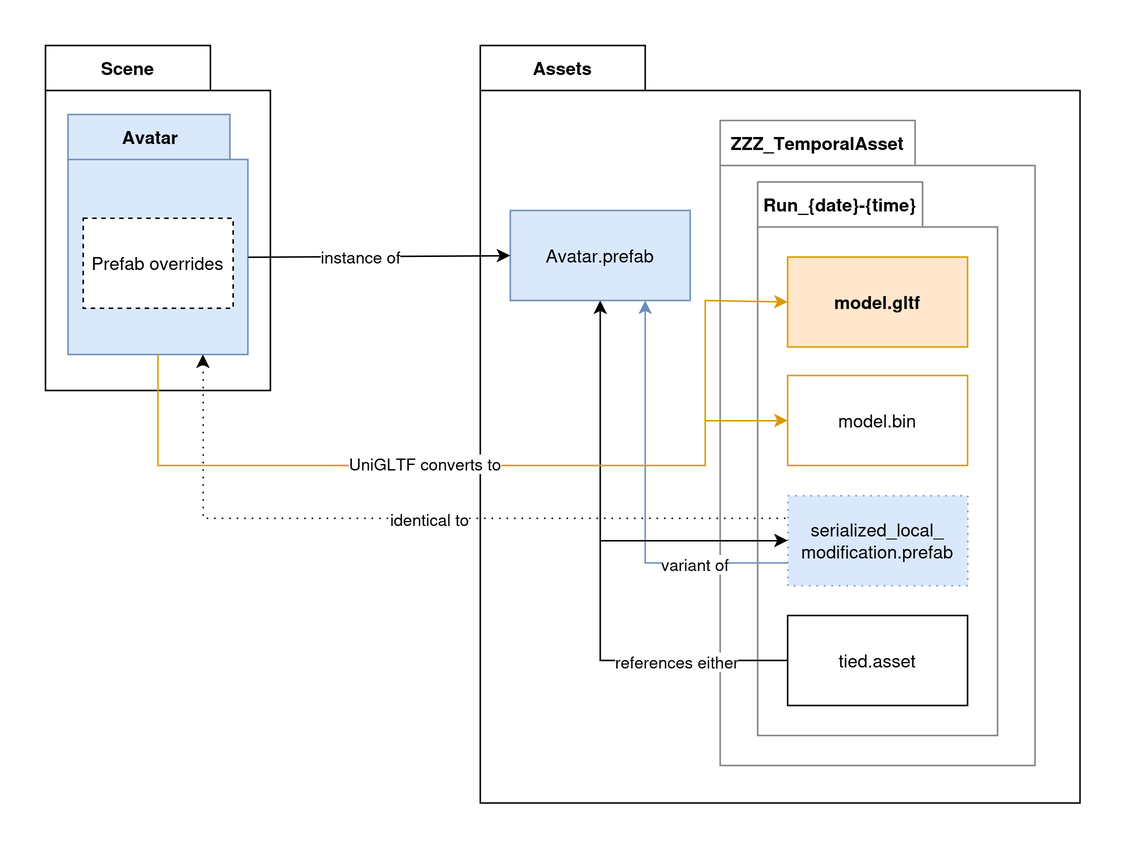
Before: Doc~/reference-graph.drawio.png, a diagram exported from draw.io (KisaragiEffective/ResoniteImportHelper). Source tidied: cells renumbered, new cells last; positions are measured from the earlier drawing's top-left corner, leaving out a move shared by most shapes. The source it was exported from:
```xml
<mxGraphModel background="#ffffff">
  <root>
    <mxCell id="0" />
    <mxCell id="1" parent="0" />
    <mxCell id="2" value="Scene" style="shape=folder;fontStyle=1;tabWidth=110;tabHeight=30;tabPosition=left;html=1;boundedLbl=1;labelInHeader=1;whiteSpace=wrap;" parent="1" vertex="1">
      <mxGeometry width="150" height="230" as="geometry" />
    </mxCell>
    <mxCell id="3" value="Avatar" style="shape=folder;fontStyle=1;tabWidth=110;tabHeight=30;tabPosition=left;html=1;boundedLbl=1;labelInHeader=1;whiteSpace=wrap;fillColor=#dae8fc;strokeColor=#6c8ebf;" parent="2" vertex="1">
      <mxGeometry x="15" y="46" width="120" height="160" as="geometry" />
    </mxCell>
    <mxCell id="4" value="Prefab overrides" style="rounded=0;whiteSpace=wrap;html=1;dashed=1;" parent="3" vertex="1">
      <mxGeometry x="10" y="69" width="100" height="60" as="geometry" />
    </mxCell>
    <mxCell id="5" value="Assets" style="shape=folder;fontStyle=1;tabWidth=110;tabHeight=30;tabPosition=left;html=1;boundedLbl=1;labelInHeader=1;whiteSpace=wrap;" parent="1" vertex="1">
      <mxGeometry x="290" width="400" height="505" as="geometry" />
    </mxCell>
    <mxCell id="6" value="ZZZ_TemporalAsset" style="shape=folder;fontStyle=1;tabWidth=130;tabHeight=30;tabPosition=left;html=1;boundedLbl=1;labelInHeader=1;whiteSpace=wrap;opacity=50;" parent="5" vertex="1">
      <mxGeometry x="160" y="50" width="210" height="430" as="geometry" />
    </mxCell>
    <mxCell id="7" value="Run_{date}-{time}" style="shape=folder;fontStyle=1;tabWidth=110;tabHeight=30;tabPosition=left;html=1;boundedLbl=1;labelInHeader=1;whiteSpace=wrap;opacity=50;" parent="6" vertex="1">
      <mxGeometry x="25" y="41" width="160" height="369" as="geometry" />
    </mxCell>
    <mxCell id="8" value="&lt;b&gt;model.gltf&lt;/b&gt;" style="rounded=0;whiteSpace=wrap;html=1;fillColor=#ffe6cc;strokeColor=#d79b00;" parent="7" vertex="1">
      <mxGeometry x="20" y="50" width="120" height="60" as="geometry" />
    </mxCell>
    <mxCell id="9" value="model.bin" style="rounded=0;whiteSpace=wrap;html=1;fillColor=default;strokeColor=#d79b00;" parent="7" vertex="1">
      <mxGeometry x="20" y="129" width="120" height="60" as="geometry" />
    </mxCell>
    <mxCell id="10" value="serialized_local_&lt;br&gt;modification.prefab" style="rounded=0;whiteSpace=wrap;html=1;dashed=1;dashPattern=1 4;fillColor=#dae8fc;strokeColor=#6c8ebf;" parent="7" vertex="1">
      <mxGeometry x="20" y="209" width="120" height="60" as="geometry" />
    </mxCell>
    <mxCell id="11" value="tied.asset" style="rounded=0;whiteSpace=wrap;html=1;" parent="7" vertex="1">
      <mxGeometry x="20" y="289" width="120" height="60" as="geometry" />
    </mxCell>
    <mxCell id="12" style="endArrow=classic;html=1;rounded=0;entryX=0.5;entryY=1;entryDx=0;entryDy=0;exitX=0;exitY=0.5;exitDx=0;exitDy=0;" parent="5" edge="1" source="11" target="16">
      <mxGeometry relative="1" as="geometry">
        <Array as="points">
          <mxPoint x="80" y="410" />
        </Array>
      </mxGeometry>
    </mxCell>
    <mxCell id="13" value="references either" style="edgeLabel;html=1;align=center;verticalAlign=middle;" parent="12" vertex="1">
      <mxGeometry x="-0.51" relative="1" as="geometry">
        <mxPoint x="15" as="offset" />
      </mxGeometry>
    </mxCell>
    <mxCell id="14" style="endArrow=classic;html=1;rounded=0;exitX=0;exitY=0.75;exitDx=0;exitDy=0;entryX=0.75;entryY=1;entryDx=0;entryDy=0;fillColor=#dae8fc;strokeColor=#6c8ebf;" parent="5" edge="1" source="10" target="16">
      <mxGeometry relative="1" as="geometry">
        <Array as="points">
          <mxPoint x="110" y="345" />
        </Array>
      </mxGeometry>
    </mxCell>
    <mxCell id="15" value="variant of" style="edgeLabel;html=1;align=center;verticalAlign=middle;" parent="14" vertex="1">
      <mxGeometry x="-0.38" relative="1" as="geometry">
        <mxPoint x="21" as="offset" />
      </mxGeometry>
    </mxCell>
    <mxCell id="16" value="Avatar.prefab" style="rounded=0;whiteSpace=wrap;html=1;fillColor=#dae8fc;strokeColor=#6c8ebf;" parent="5" vertex="1">
      <mxGeometry x="20" y="110" width="120" height="60" as="geometry" />
    </mxCell>
    <mxCell id="17" style="endArrow=classic;html=1;rounded=0;exitX=0;exitY=0;exitDx=120;exitDy=95;exitPerimeter=0;entryX=0;entryY=0.5;entryDx=0;entryDy=0;" parent="1" edge="1" source="3" target="16">
      <mxGeometry relative="1" as="geometry" />
    </mxCell>
    <mxCell id="18" value="instance of" style="edgeLabel;html=1;align=center;verticalAlign=middle;" parent="17" vertex="1">
      <mxGeometry x="-0.42" relative="1" as="geometry">
        <mxPoint x="25" as="offset" />
      </mxGeometry>
    </mxCell>
    <mxCell id="19" style="endArrow=classic;html=1;rounded=0;entryX=0;entryY=0.5;entryDx=0;entryDy=0;" parent="1" edge="1" target="10">
      <mxGeometry relative="1" as="geometry">
        <mxPoint x="370" y="330" as="sourcePoint" />
      </mxGeometry>
    </mxCell>
    <mxCell id="20" style="endArrow=classic;html=1;rounded=0;exitX=0.5;exitY=1;exitDx=0;exitDy=0;exitPerimeter=0;entryX=0;entryY=0.5;entryDx=0;entryDy=0;noJump=0;orthogonal=0;enumerate=0;comic=0;flowAnimation=0;fillColor=#ffe6cc;strokeColor=#d79b00;" parent="1" edge="1" source="3" target="8">
      <mxGeometry relative="1" as="geometry">
        <Array as="points">
          <mxPoint x="75" y="280" />
          <mxPoint x="440" y="280" />
          <mxPoint x="440" y="170" />
        </Array>
      </mxGeometry>
    </mxCell>
    <mxCell id="21" value="&lt;div&gt;UniGLTF converts to&lt;/div&gt;" style="edgeLabel;html=1;align=center;verticalAlign=middle;" parent="20" vertex="1">
      <mxGeometry x="-0.17" y="2" relative="1" as="geometry" />
    </mxCell>
    <mxCell id="22" style="html=1;rounded=0;exitX=0.75;exitY=1;exitDx=0;exitDy=0;exitPerimeter=0;entryX=0;entryY=0.25;entryDx=0;entryDy=0;endArrow=none;endFill=0;dashed=1;dashPattern=1 4;startArrow=classic;startFill=1;" parent="1" edge="1" source="3" target="10">
      <mxGeometry relative="1" as="geometry">
        <Array as="points">
          <mxPoint x="105" y="315" />
        </Array>
      </mxGeometry>
    </mxCell>
    <mxCell id="23" value="identical to" style="edgeLabel;html=1;align=center;verticalAlign=middle;" parent="22" vertex="1">
      <mxGeometry x="0.04" relative="1" as="geometry" />
    </mxCell>
    <mxCell id="24" style="endArrow=classic;html=1;rounded=0;entryX=0;entryY=0.5;entryDx=0;entryDy=0;fillColor=#ffe6cc;strokeColor=#d79b00;" parent="1" edge="1" target="9">
      <mxGeometry relative="1" as="geometry">
        <mxPoint x="440" y="250" as="sourcePoint" />
      </mxGeometry>
    </mxCell>
  </root>
</mxGraphModel>
```
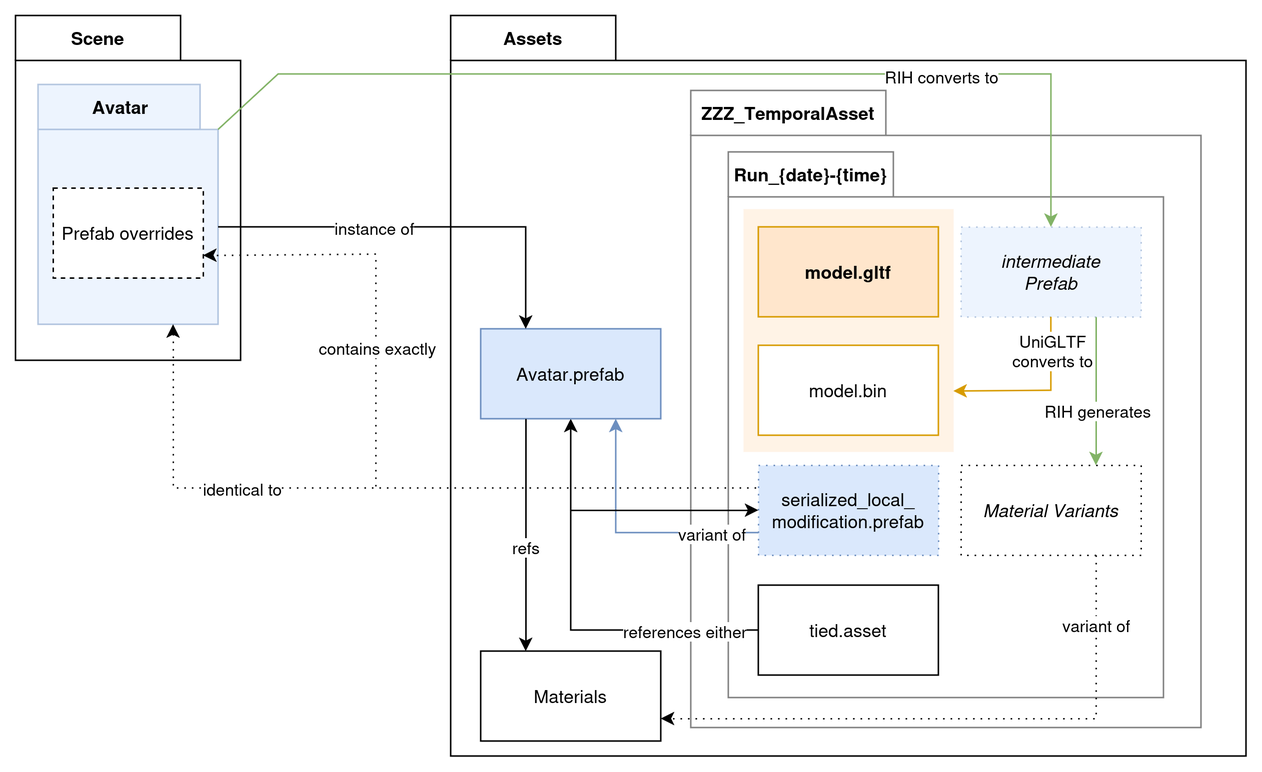
The same diagram one commit later.

Commit message:
docs: replace figure to reflect changes in 29e35f36ba769dcc906e0a9c7e8c8c9f7b245cad

The edit, as a diff of the source:
```diff
@@ -5,21 +5,24 @@
     <mxCell id="2" value="Scene" style="shape=folder;fontStyle=1;tabWidth=110;tabHeight=30;tabPosition=left;html=1;boundedLbl=1;labelInHeader=1;whiteSpace=wrap;" parent="1" vertex="1">
       <mxGeometry width="150" height="230" as="geometry" />
     </mxCell>
-    <mxCell id="3" value="Avatar" style="shape=folder;fontStyle=1;tabWidth=110;tabHeight=30;tabPosition=left;html=1;boundedLbl=1;labelInHeader=1;whiteSpace=wrap;fillColor=#dae8fc;strokeColor=#6c8ebf;" parent="2" vertex="1">
+    <mxCell id="3" value="Avatar" style="shape=folder;fontStyle=1;tabWidth=110;tabHeight=30;tabPosition=left;html=1;boundedLbl=1;labelInHeader=1;whiteSpace=wrap;fillColor=#dae8fc;strokeColor=#6c8ebf;opacity=50;" parent="2" vertex="1">
       <mxGeometry x="15" y="46" width="120" height="160" as="geometry" />
     </mxCell>
     <mxCell id="4" value="Prefab overrides" style="rounded=0;whiteSpace=wrap;html=1;dashed=1;" parent="3" vertex="1">
       <mxGeometry x="10" y="69" width="100" height="60" as="geometry" />
     </mxCell>
     <mxCell id="5" value="Assets" style="shape=folder;fontStyle=1;tabWidth=110;tabHeight=30;tabPosition=left;html=1;boundedLbl=1;labelInHeader=1;whiteSpace=wrap;" parent="1" vertex="1">
-      <mxGeometry x="290" width="400" height="505" as="geometry" />
+      <mxGeometry x="290" width="530" height="494" as="geometry" />
     </mxCell>
     <mxCell id="6" value="ZZZ_TemporalAsset" style="shape=folder;fontStyle=1;tabWidth=130;tabHeight=30;tabPosition=left;html=1;boundedLbl=1;labelInHeader=1;whiteSpace=wrap;opacity=50;" parent="5" vertex="1">
-      <mxGeometry x="160" y="50" width="210" height="430" as="geometry" />
+      <mxGeometry x="160" y="50" width="340" height="425" as="geometry" />
     </mxCell>
     <mxCell id="7" value="Run_{date}-{time}" style="shape=folder;fontStyle=1;tabWidth=110;tabHeight=30;tabPosition=left;html=1;boundedLbl=1;labelInHeader=1;whiteSpace=wrap;opacity=50;" parent="6" vertex="1">
-      <mxGeometry x="25" y="41" width="160" height="369" as="geometry" />
+      <mxGeometry x="25" y="41" width="290" height="364" as="geometry" />
     </mxCell>
+    <mxCell id="25" style="rounded=0;whiteSpace=wrap;html=1;fillColor=#ffe6cc;strokeColor=none;opacity=50;" parent="7" vertex="1">
+      <mxGeometry x="10" y="38" width="140" height="162" as="geometry" />
+    </mxCell>
     <mxCell id="8" value="&lt;b&gt;model.gltf&lt;/b&gt;" style="rounded=0;whiteSpace=wrap;html=1;fillColor=#ffe6cc;strokeColor=#d79b00;" parent="7" vertex="1">
       <mxGeometry x="20" y="50" width="120" height="60" as="geometry" />
     </mxCell>
@@ -32,6 +35,28 @@
     <mxCell id="11" value="tied.asset" style="rounded=0;whiteSpace=wrap;html=1;" parent="7" vertex="1">
       <mxGeometry x="20" y="289" width="120" height="60" as="geometry" />
     </mxCell>
+    <mxCell id="26" value="&lt;div&gt;&lt;i&gt;intermediate&lt;/i&gt;&lt;/div&gt;&lt;div&gt;&lt;i&gt;Prefab&lt;br&gt;&lt;/i&gt;&lt;/div&gt;" style="rounded=0;whiteSpace=wrap;html=1;fillColor=#dae8fc;strokeColor=#6c8ebf;opacity=50;dashed=1;dashPattern=1 4;" parent="7" vertex="1">
+      <mxGeometry x="155" y="50" width="120" height="60" as="geometry" />
+    </mxCell>
+    <mxCell id="24" style="endArrow=classic;html=1;rounded=0;entryX=1;entryY=0.75;entryDx=0;entryDy=0;fillColor=#ffe6cc;strokeColor=#d79b00;exitX=0.5;exitY=1;exitDx=0;exitDy=0;" parent="7" edge="1" source="26" target="25">
+      <mxGeometry relative="1" as="geometry">
+        <Array as="points">
+          <mxPoint x="215" y="159" />
+        </Array>
+      </mxGeometry>
+    </mxCell>
+    <mxCell id="21" value="UniGLTF&lt;br&gt;converts to" style="edgeLabel;html=1;align=center;verticalAlign=middle;" parent="24" vertex="1">
+      <mxGeometry x="-0.62" relative="1" as="geometry" />
+    </mxCell>
+    <mxCell id="27" value="&lt;i&gt;Material Variants&lt;br&gt;&lt;/i&gt;" style="rounded=0;whiteSpace=wrap;html=1;dashed=1;dashPattern=1 4;" parent="7" vertex="1">
+      <mxGeometry x="155" y="209" width="120" height="60" as="geometry" />
+    </mxCell>
+    <mxCell id="28" style="endArrow=classic;html=1;rounded=0;exitX=0.75;exitY=1;exitDx=0;exitDy=0;entryX=0.75;entryY=0;entryDx=0;entryDy=0;fillColor=#d5e8d4;strokeColor=#82b366;" parent="7" edge="1" source="26" target="27">
+      <mxGeometry relative="1" as="geometry" />
+    </mxCell>
+    <mxCell id="29" value="RIH generates" style="edgeLabel;html=1;align=center;verticalAlign=middle;" parent="28" vertex="1">
+      <mxGeometry x="0.25" relative="1" as="geometry" />
+    </mxCell>
     <mxCell id="12" style="endArrow=classic;html=1;rounded=0;entryX=0.5;entryY=1;entryDx=0;entryDy=0;exitX=0;exitY=0.5;exitDx=0;exitDy=0;" parent="5" edge="1" source="11" target="16">
       <mxGeometry relative="1" as="geometry">
         <Array as="points">
@@ -57,10 +82,33 @@
       </mxGeometry>
     </mxCell>
     <mxCell id="16" value="Avatar.prefab" style="rounded=0;whiteSpace=wrap;html=1;fillColor=#dae8fc;strokeColor=#6c8ebf;" parent="5" vertex="1">
-      <mxGeometry x="20" y="110" width="120" height="60" as="geometry" />
+      <mxGeometry x="20" y="209" width="120" height="60" as="geometry" />
     </mxCell>
+    <mxCell id="30" value="Materials" style="rounded=0;whiteSpace=wrap;html=1;" parent="5" vertex="1">
+      <mxGeometry x="20" y="424" width="120" height="60" as="geometry" />
+    </mxCell>
+    <mxCell id="31" style="endArrow=classic;html=1;rounded=0;entryX=0.25;entryY=0;entryDx=0;entryDy=0;exitX=0.25;exitY=1;exitDx=0;exitDy=0;" parent="5" edge="1" source="16" target="30">
+      <mxGeometry relative="1" as="geometry" />
+    </mxCell>
+    <mxCell id="32" value="refs" style="edgeLabel;html=1;align=center;verticalAlign=middle;" parent="31" vertex="1">
+      <mxGeometry x="0.1" y="-1" relative="1" as="geometry" />
+    </mxCell>
+    <mxCell id="33" style="endArrow=classic;html=1;rounded=0;entryX=1;entryY=0.75;entryDx=0;entryDy=0;exitX=0.75;exitY=1;exitDx=0;exitDy=0;dashed=1;dashPattern=1 4;" parent="5" edge="1" source="27" target="30">
+      <mxGeometry relative="1" as="geometry">
+        <Array as="points">
+          <mxPoint x="430" y="469" />
+        </Array>
+      </mxGeometry>
+    </mxCell>
+    <mxCell id="34" value="variant of" style="edgeLabel;html=1;align=center;verticalAlign=middle;" parent="33" vertex="1">
+      <mxGeometry x="-0.77" y="-1" relative="1" as="geometry" />
+    </mxCell>
-    <mxCell id="17" style="endArrow=classic;html=1;rounded=0;exitX=0;exitY=0;exitDx=120;exitDy=95;exitPerimeter=0;entryX=0;entryY=0.5;entryDx=0;entryDy=0;" parent="1" edge="1" source="3" target="16">
-      <mxGeometry relative="1" as="geometry" />
+    <mxCell id="17" style="endArrow=classic;html=1;rounded=0;exitX=0;exitY=0;exitDx=120;exitDy=95;exitPerimeter=0;entryX=0.25;entryY=0;entryDx=0;entryDy=0;" parent="1" edge="1" source="3" target="16">
+      <mxGeometry relative="1" as="geometry">
+        <Array as="points">
+          <mxPoint x="340" y="141" />
+        </Array>
+      </mxGeometry>
     </mxCell>
     <mxCell id="18" value="instance of" style="edgeLabel;html=1;align=center;verticalAlign=middle;" parent="17" vertex="1">
       <mxGeometry x="-0.42" relative="1" as="geometry">
@@ -72,18 +120,6 @@
         <mxPoint x="370" y="330" as="sourcePoint" />
       </mxGeometry>
     </mxCell>
-    <mxCell id="20" style="endArrow=classic;html=1;rounded=0;exitX=0.5;exitY=1;exitDx=0;exitDy=0;exitPerimeter=0;entryX=0;entryY=0.5;entryDx=0;entryDy=0;noJump=0;orthogonal=0;enumerate=0;comic=0;flowAnimation=0;fillColor=#ffe6cc;strokeColor=#d79b00;" parent="1" edge="1" source="3" target="8">
-      <mxGeometry relative="1" as="geometry">
-        <Array as="points">
-          <mxPoint x="75" y="280" />
-          <mxPoint x="440" y="280" />
-          <mxPoint x="440" y="170" />
-        </Array>
-      </mxGeometry>
-    </mxCell>
-    <mxCell id="21" value="&lt;div&gt;UniGLTF converts to&lt;/div&gt;" style="edgeLabel;html=1;align=center;verticalAlign=middle;" parent="20" vertex="1">
-      <mxGeometry x="-0.17" y="2" relative="1" as="geometry" />
-    </mxCell>
     <mxCell id="22" style="html=1;rounded=0;exitX=0.75;exitY=1;exitDx=0;exitDy=0;exitPerimeter=0;entryX=0;entryY=0.25;entryDx=0;entryDy=0;endArrow=none;endFill=0;dashed=1;dashPattern=1 4;startArrow=classic;startFill=1;" parent="1" edge="1" source="3" target="10">
       <mxGeometry relative="1" as="geometry">
         <Array as="points">
@@ -92,12 +128,31 @@
       </mxGeometry>
     </mxCell>
     <mxCell id="23" value="identical to" style="edgeLabel;html=1;align=center;verticalAlign=middle;" parent="22" vertex="1">
-      <mxGeometry x="0.04" relative="1" as="geometry" />
+      <mxGeometry x="0.04" relative="1" as="geometry">
+        <mxPoint x="-105" as="offset" />
+      </mxGeometry>
     </mxCell>
-    <mxCell id="24" style="endArrow=classic;html=1;rounded=0;entryX=0;entryY=0.5;entryDx=0;entryDy=0;fillColor=#ffe6cc;strokeColor=#d79b00;" parent="1" edge="1" target="9">
-      <mxGeometry relative="1" as="geometry">
-        <mxPoint x="440" y="250" as="sourcePoint" />
-      </mxGeometry>
-    </mxCell>
+    <mxCell id="35" style="endArrow=classic;html=1;rounded=0;fillColor=#d5e8d4;strokeColor=#82b366;exitX=0;exitY=0;exitDx=120;exitDy=30;exitPerimeter=0;entryX=0.5;entryY=0;entryDx=0;entryDy=0;" parent="1" edge="1" source="3" target="26">
+      <mxGeometry relative="1" as="geometry">
+        <Array as="points">
+          <mxPoint x="175" y="39" />
+          <mxPoint x="690" y="39" />
+        </Array>
+      </mxGeometry>
+    </mxCell>
+    <mxCell id="36" value="RIH converts to" style="edgeLabel;html=1;align=center;verticalAlign=middle;" parent="35" vertex="1">
+      <mxGeometry x="0.48" y="-1" relative="1" as="geometry" />
+    </mxCell>
+    <mxCell id="37" style="endArrow=classic;html=1;rounded=0;entryX=1;entryY=0.75;entryDx=0;entryDy=0;dashed=1;dashPattern=1 4;" parent="1" edge="1" target="4">
+      <mxGeometry relative="1" as="geometry">
+        <mxPoint x="240" y="314" as="sourcePoint" />
+        <Array as="points">
+          <mxPoint x="240" y="159" />
+        </Array>
+      </mxGeometry>
+    </mxCell>
+    <mxCell id="38" value="contains exactly" style="edgeLabel;html=1;align=center;verticalAlign=middle;" parent="37" vertex="1">
+      <mxGeometry x="-0.31" relative="1" as="geometry" />
+    </mxCell>
   </root>
 </mxGraphModel>
```
